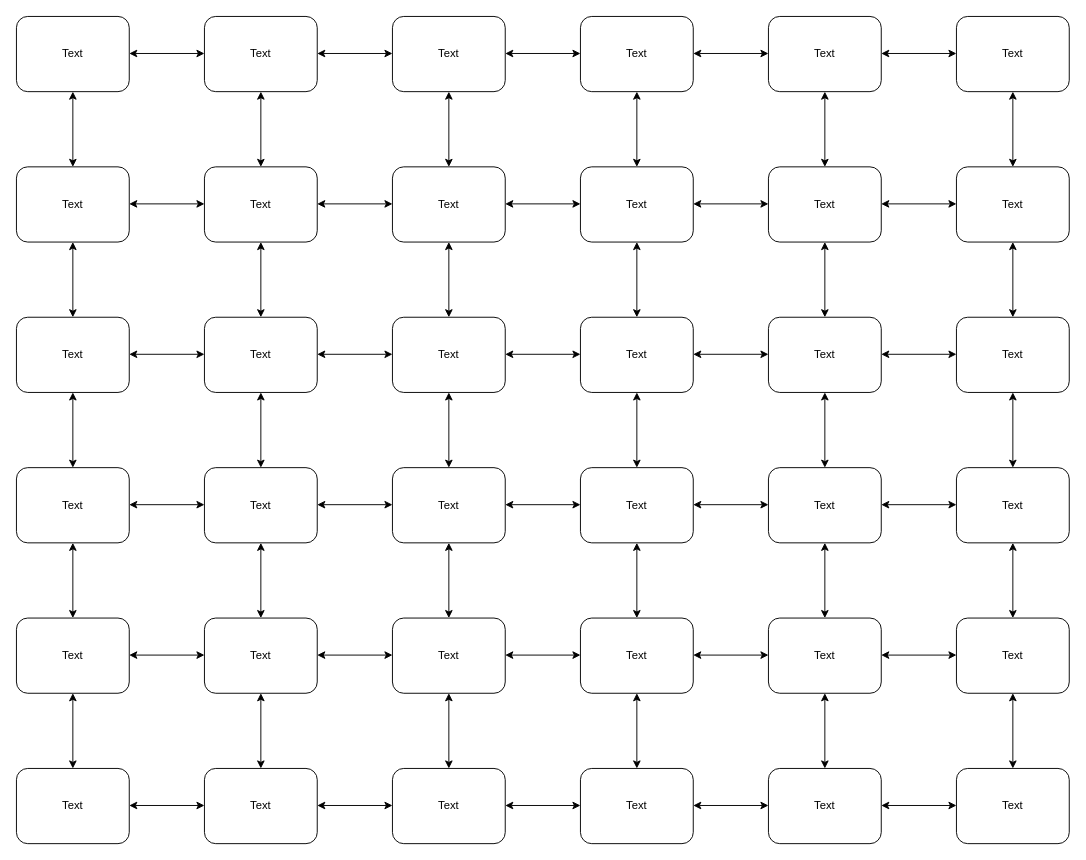
Above: Zuul/Zuul_Map.drawio in ThisIsForSchoolIgnoreItIfSeen/Projects_for_CPP (draw.io), before the change. Source tidied: cells renumbered, new cells numbered last; positions are measured from the earlier drawing's top-left corner, leaving out a move shared by most shapes. Both pictures are drawn from the tidied source at 94%, with x=0, y=0 at pixel (16, 16).
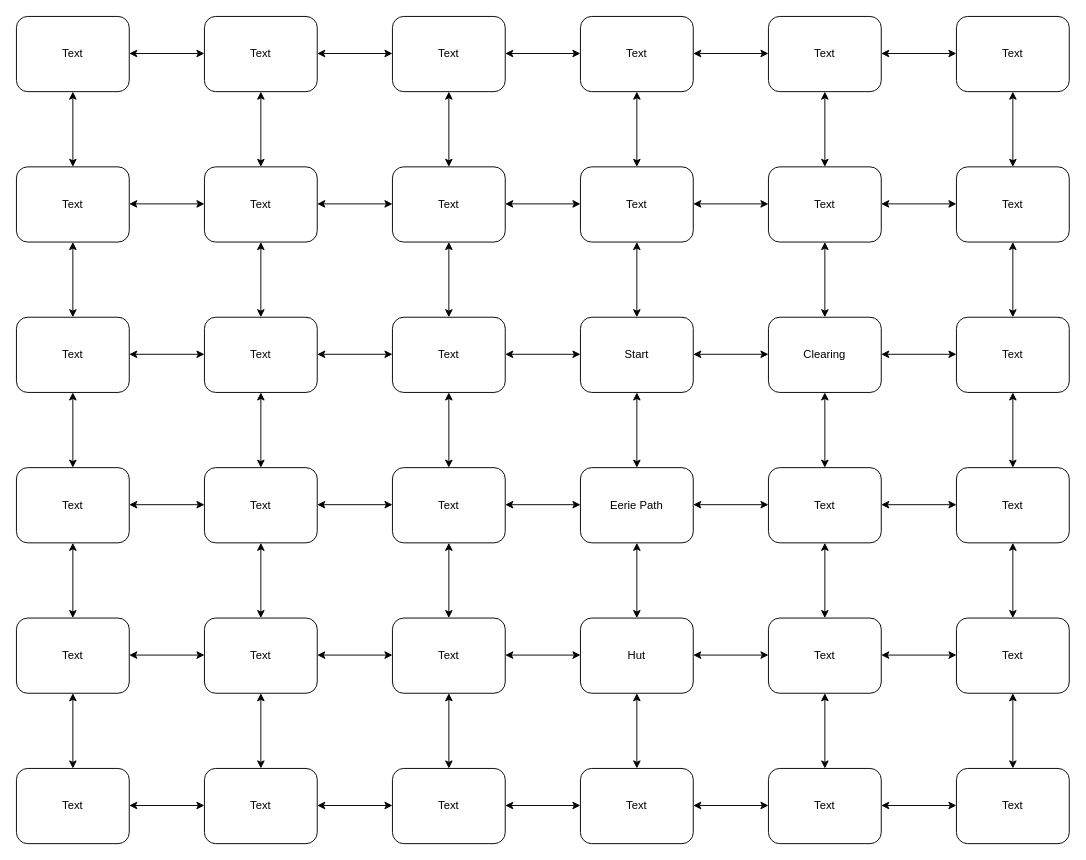
Above is the later version.

Commit message:
simple message that makes sense

The edit, as a diff of the source:
```diff
@@
-    <mxCell id="17" value="Text" style="text;html=1;strokeColor=none;fillColor=none;align=center;verticalAlign=middle;whiteSpace=wrap;rounded=0;" parent="1" vertex="1">
+    <mxCell id="17" value="Start" style="text;html=1;strokeColor=none;fillColor=none;align=center;verticalAlign=middle;whiteSpace=wrap;rounded=0;" parent="1" vertex="1">
       <mxGeometry x="630" y="345" width="60" height="30" as="geometry" />
     </mxCell>
@@
-    <mxCell id="24" value="Text" style="text;html=1;strokeColor=none;fillColor=none;align=center;verticalAlign=middle;whiteSpace=wrap;rounded=0;" parent="1" vertex="1">
+    <mxCell id="24" value="Eerie Path" style="text;html=1;strokeColor=none;fillColor=none;align=center;verticalAlign=middle;whiteSpace=wrap;rounded=0;" parent="1" vertex="1">
       <mxGeometry x="630" y="505" width="60" height="30" as="geometry" />
     </mxCell>
@@
-    <mxCell id="31" value="Text" style="text;html=1;strokeColor=none;fillColor=none;align=center;verticalAlign=middle;whiteSpace=wrap;rounded=0;" parent="1" vertex="1">
+    <mxCell id="31" value="Hut" style="text;html=1;strokeColor=none;fillColor=none;align=center;verticalAlign=middle;whiteSpace=wrap;rounded=0;" parent="1" vertex="1">
       <mxGeometry x="630" y="665" width="60" height="30" as="geometry" />
     </mxCell>
@@
-    <mxCell id="74" value="Text" style="text;html=1;strokeColor=none;fillColor=none;align=center;verticalAlign=middle;whiteSpace=wrap;rounded=0;" parent="1" vertex="1">
+    <mxCell id="74" value="Clearing" style="text;html=1;strokeColor=none;fillColor=none;align=center;verticalAlign=middle;whiteSpace=wrap;rounded=0;" parent="1" vertex="1">
       <mxGeometry x="830" y="345" width="60" height="30" as="geometry" />
     </mxCell>
```
